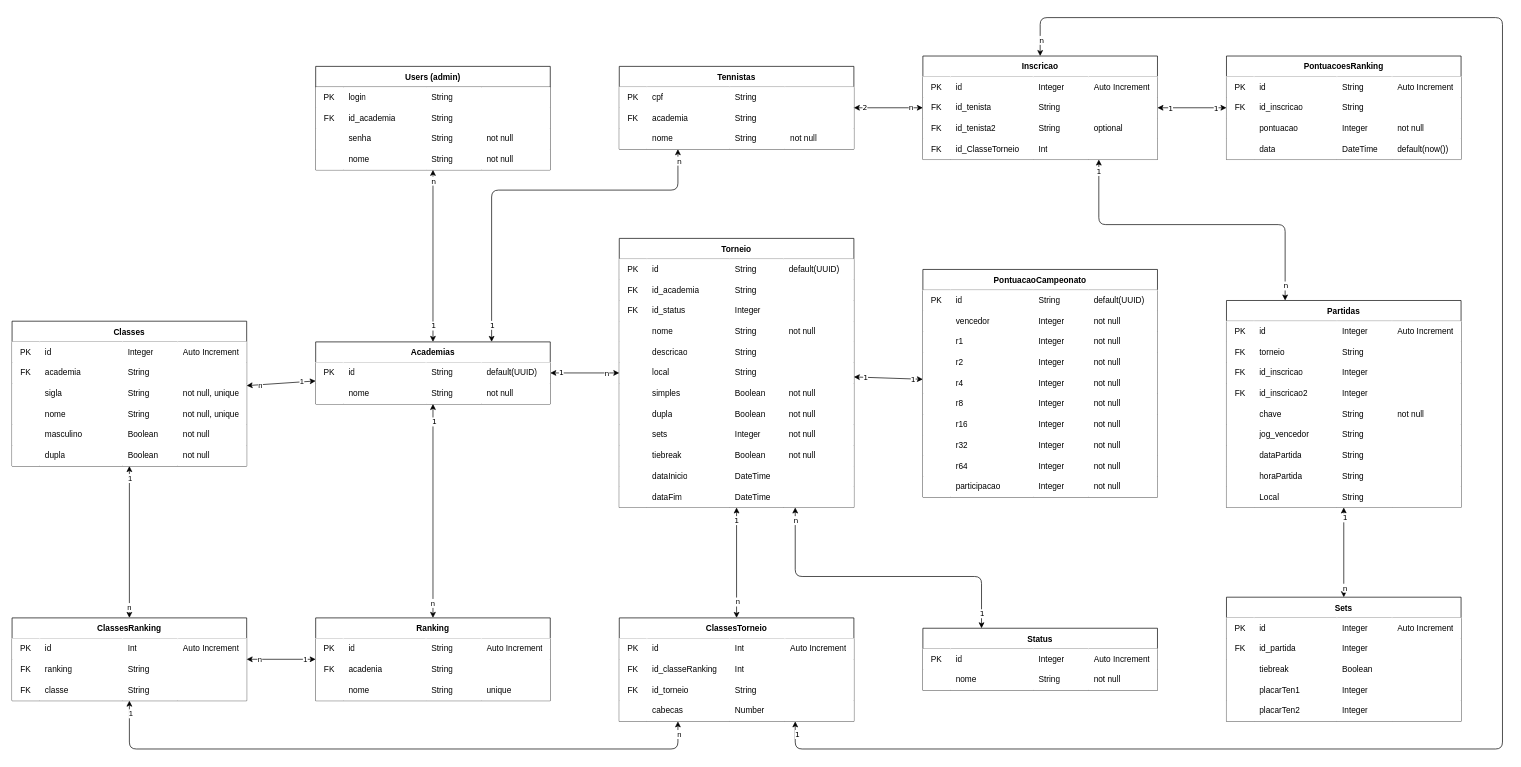
This is prisma/schema.drawio from Vanakaus/projetoRaquete_server, a draw.io file, before an edit. Source tidied: cells renumbered, new cells numbered last; positions are measured from the earlier drawing's top-left corner, leaving out a move shared by most shapes. Both pictures are drawn from the tidied source at 69%, with x=0, y=0 at pixel (12, 17).
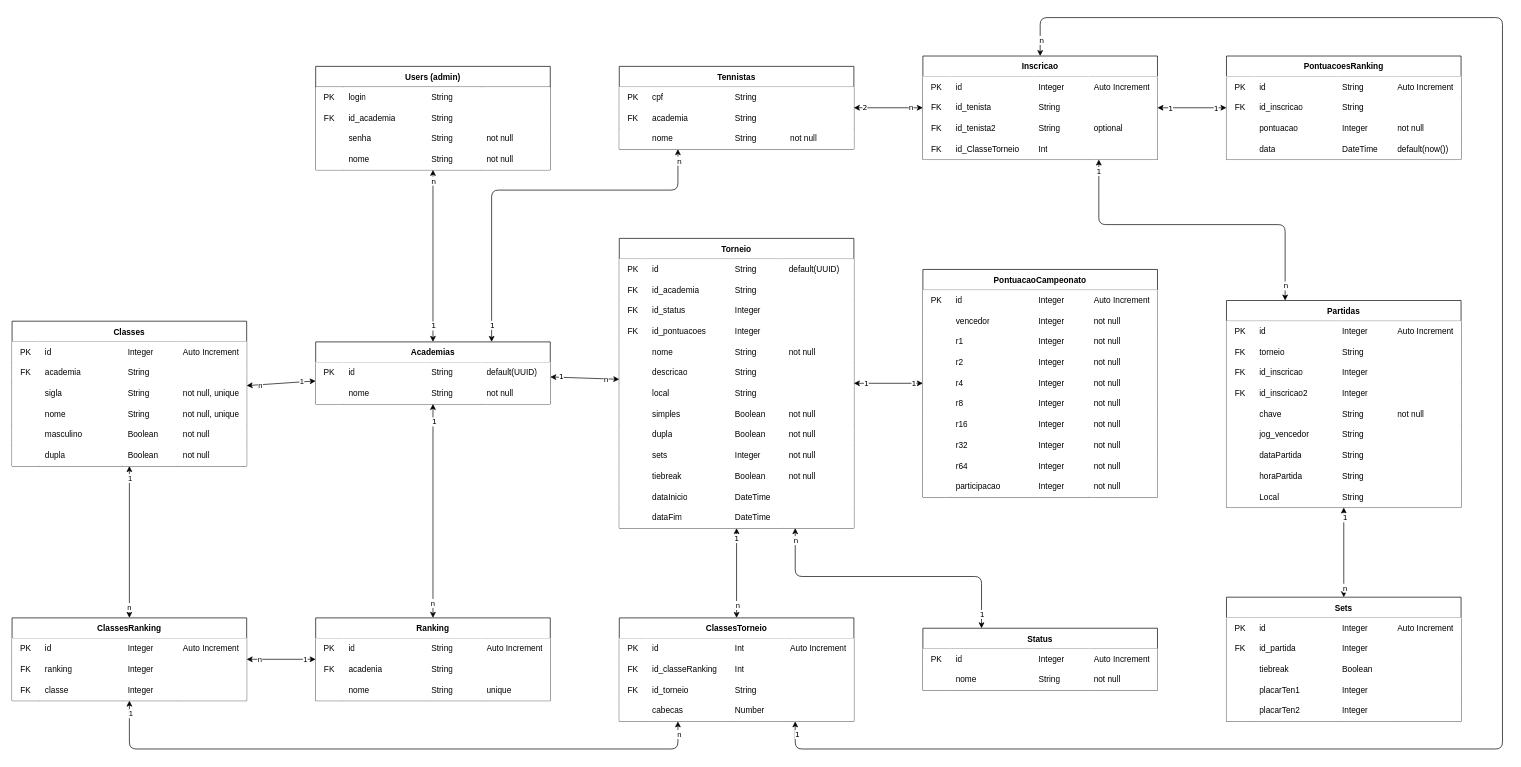
The same page after the edit.

The change refers to these unchanged cells:
```xml
<mxCell id="97" style="shape=tableRow;horizontal=0;startSize=0;swimlaneHead=0;swimlaneBody=0;top=0;left=0;bottom=0;right=0;fillColor=none;" parent="96" vertex="1">
  <mxGeometry y="30" width="340" height="30" as="geometry" />
</mxCell>
<mxCell id="102" style="shape=tableRow;horizontal=0;startSize=0;swimlaneHead=0;swimlaneBody=0;top=0;left=0;bottom=0;right=0;fillColor=none;" parent="96" vertex="1">
  <mxGeometry y="60" width="340" height="30" as="geometry" />
</mxCell>
<mxCell id="107" style="shape=tableRow;horizontal=0;startSize=0;swimlaneHead=0;swimlaneBody=0;top=0;left=0;bottom=0;right=0;fillColor=none;" parent="96" vertex="1">
  <mxGeometry y="90" width="340" height="30" as="geometry" />
</mxCell>
<mxCell id="292" style="shape=tableRow;horizontal=0;startSize=0;swimlaneHead=0;swimlaneBody=0;top=0;left=0;bottom=0;right=0;fillColor=none;" parent="291" vertex="1">
  <mxGeometry y="30" width="340" height="30" as="geometry" />
</mxCell>
```

What changed in the source:
```diff
@@
-    <mxCell id="100" value="Int" style="shape=partialRectangle;html=1;whiteSpace=wrap;fillColor=default;top=1;left=0;bottom=0;right=0;align=left;spacingLeft=6;overflow=hidden;strokeColor=#FFFFFF;" parent="97" vertex="1">
+    <mxCell id="100" value="Integer" style="shape=partialRectangle;html=1;whiteSpace=wrap;fillColor=default;top=1;left=0;bottom=0;right=0;align=left;spacingLeft=6;overflow=hidden;strokeColor=#FFFFFF;" parent="97" vertex="1">
       <mxGeometry x="160" width="80" height="30" as="geometry" />
     </mxCell>
@@
-    <mxCell id="105" value="String" style="shape=partialRectangle;html=1;whiteSpace=wrap;fillColor=default;top=0;left=0;bottom=0;right=0;align=left;spacingLeft=6;overflow=hidden;strokeColor=#FFFFFF;" parent="102" vertex="1">
+    <mxCell id="105" value="Integer" style="shape=partialRectangle;html=1;whiteSpace=wrap;fillColor=default;top=0;left=0;bottom=0;right=0;align=left;spacingLeft=6;overflow=hidden;strokeColor=#FFFFFF;" parent="102" vertex="1">
       <mxGeometry x="160" width="80" height="30" as="geometry" />
     </mxCell>
@@
-    <mxCell id="110" value="String" style="shape=partialRectangle;html=1;whiteSpace=wrap;fillColor=default;top=0;left=0;bottom=0;right=0;align=left;spacingLeft=6;overflow=hidden;strokeColor=#FFFFFF;" parent="107" vertex="1">
+    <mxCell id="110" value="Integer" style="shape=partialRectangle;html=1;whiteSpace=wrap;fillColor=default;top=0;left=0;bottom=0;right=0;align=left;spacingLeft=6;overflow=hidden;strokeColor=#FFFFFF;" parent="107" vertex="1">
       <mxGeometry x="160" width="80" height="30" as="geometry" />
     </mxCell>
@@
     <mxCell id="137" value="Torneio" style="shape=table;startSize=30;childLayout=tableLayout;rowLines=0;fontStyle=1;gradientColor=none;fillColor=default;columnLines=0;strokeColor=default;" parent="1" vertex="1">
-      <mxGeometry x="880" y="320" width="340" height="390" as="geometry" />
+      <mxGeometry x="880" y="320" width="340" height="420" as="geometry" />
     </mxCell>
@@
+    <mxCell id="422" style="shape=tableRow;horizontal=0;startSize=0;swimlaneHead=0;swimlaneBody=0;top=0;left=0;bottom=0;right=0;fillColor=none;" parent="137" vertex="1">
+      <mxGeometry y="120" width="340" height="30" as="geometry" />
+    </mxCell>
+    <mxCell id="423" value="FK" style="shape=partialRectangle;html=1;whiteSpace=wrap;fillColor=default;top=0;left=0;bottom=0;right=0;overflow=hidden;strokeColor=#FFFFFF;" parent="422" vertex="1">
+      <mxGeometry width="40" height="30" as="geometry" />
+    </mxCell>
+    <mxCell id="424" value="id_pontuacoes" style="shape=partialRectangle;html=1;whiteSpace=wrap;fillColor=default;top=0;left=0;bottom=0;right=0;align=left;spacingLeft=6;overflow=hidden;strokeColor=#FFFFFF;" parent="422" vertex="1">
+      <mxGeometry x="40" width="120" height="30" as="geometry" />
+    </mxCell>
+    <mxCell id="425" value="Integer" style="shape=partialRectangle;html=1;whiteSpace=wrap;fillColor=default;top=0;left=0;bottom=0;right=0;align=left;spacingLeft=6;overflow=hidden;strokeColor=#FFFFFF;" parent="422" vertex="1">
+      <mxGeometry x="160" width="78" height="30" as="geometry" />
+    </mxCell>
+    <mxCell id="426" style="shape=partialRectangle;html=1;whiteSpace=wrap;fillColor=default;top=0;left=0;bottom=0;right=0;align=left;spacingLeft=6;overflow=hidden;strokeColor=#FFFFFF;" parent="422" vertex="1">
+      <mxGeometry x="238" width="102" height="30" as="geometry" />
+    </mxCell>
     <mxCell id="153" style="shape=tableRow;horizontal=0;startSize=0;swimlaneHead=0;swimlaneBody=0;top=0;left=0;bottom=0;right=0;fillColor=none;" parent="137" vertex="1">
-      <mxGeometry y="120" width="340" height="30" as="geometry" />
+      <mxGeometry y="150" width="340" height="30" as="geometry" />
     </mxCell>
@@
     <mxCell id="158" style="shape=tableRow;horizontal=0;startSize=0;swimlaneHead=0;swimlaneBody=0;top=0;left=0;bottom=0;right=0;fillColor=none;" parent="137" vertex="1">
-      <mxGeometry y="150" width="340" height="30" as="geometry" />
+      <mxGeometry y="180" width="340" height="30" as="geometry" />
     </mxCell>
@@
     <mxCell id="163" style="shape=tableRow;horizontal=0;startSize=0;swimlaneHead=0;swimlaneBody=0;top=0;left=0;bottom=0;right=0;fillColor=none;" parent="137" vertex="1">
-      <mxGeometry y="180" width="340" height="30" as="geometry" />
+      <mxGeometry y="210" width="340" height="30" as="geometry" />
     </mxCell>
@@
     <mxCell id="168" style="shape=tableRow;horizontal=0;startSize=0;swimlaneHead=0;swimlaneBody=0;top=0;left=0;bottom=0;right=0;fillColor=none;" parent="137" vertex="1">
-      <mxGeometry y="210" width="340" height="30" as="geometry" />
+      <mxGeometry y="240" width="340" height="30" as="geometry" />
     </mxCell>
@@
     <mxCell id="173" style="shape=tableRow;horizontal=0;startSize=0;swimlaneHead=0;swimlaneBody=0;top=0;left=0;bottom=0;right=0;fillColor=none;" parent="137" vertex="1">
-      <mxGeometry y="240" width="340" height="30" as="geometry" />
+      <mxGeometry y="270" width="340" height="30" as="geometry" />
     </mxCell>
@@
     <mxCell id="178" style="shape=tableRow;horizontal=0;startSize=0;swimlaneHead=0;swimlaneBody=0;top=0;left=0;bottom=0;right=0;fillColor=none;" parent="137" vertex="1">
-      <mxGeometry y="270" width="340" height="30" as="geometry" />
+      <mxGeometry y="300" width="340" height="30" as="geometry" />
     </mxCell>
@@
     <mxCell id="183" style="shape=tableRow;horizontal=0;startSize=0;swimlaneHead=0;swimlaneBody=0;top=0;left=0;bottom=0;right=0;fillColor=none;" parent="137" vertex="1">
-      <mxGeometry y="300" width="340" height="30" as="geometry" />
+      <mxGeometry y="330" width="340" height="30" as="geometry" />
     </mxCell>
@@
     <mxCell id="188" style="shape=tableRow;horizontal=0;startSize=0;swimlaneHead=0;swimlaneBody=0;top=0;left=0;bottom=0;right=0;fillColor=none;" parent="137" vertex="1">
-      <mxGeometry y="330" width="340" height="30" as="geometry" />
+      <mxGeometry y="360" width="340" height="30" as="geometry" />
     </mxCell>
@@
     <mxCell id="193" style="shape=tableRow;horizontal=0;startSize=0;swimlaneHead=0;swimlaneBody=0;top=0;left=0;bottom=0;right=0;fillColor=none;" parent="137" vertex="1">
-      <mxGeometry y="360" width="340" height="30" as="geometry" />
+      <mxGeometry y="390" width="340" height="30" as="geometry" />
     </mxCell>
@@
-    <mxCell id="295" value="String" style="shape=partialRectangle;html=1;whiteSpace=wrap;fillColor=default;top=1;left=0;bottom=0;right=0;align=left;spacingLeft=6;overflow=hidden;strokeColor=#FFFFFF;" parent="292" vertex="1">
+    <mxCell id="295" value="Integer" style="shape=partialRectangle;html=1;whiteSpace=wrap;fillColor=default;top=1;left=0;bottom=0;right=0;align=left;spacingLeft=6;overflow=hidden;strokeColor=#FFFFFF;" parent="292" vertex="1">
       <mxGeometry x="160" width="80" height="30" as="geometry" />
     </mxCell>
-    <mxCell id="296" value="default(UUID)" style="shape=partialRectangle;html=1;whiteSpace=wrap;fillColor=default;top=1;left=0;bottom=0;right=0;align=left;spacingLeft=6;overflow=hidden;strokeColor=#FFFFFF;" parent="292" vertex="1">
+    <mxCell id="296" value="Auto Increment" style="shape=partialRectangle;html=1;whiteSpace=wrap;fillColor=default;top=1;left=0;bottom=0;right=0;align=left;spacingLeft=6;overflow=hidden;strokeColor=#FFFFFF;" parent="292" vertex="1">
       <mxGeometry x="240" width="100" height="30" as="geometry" />
     </mxCell>
```
